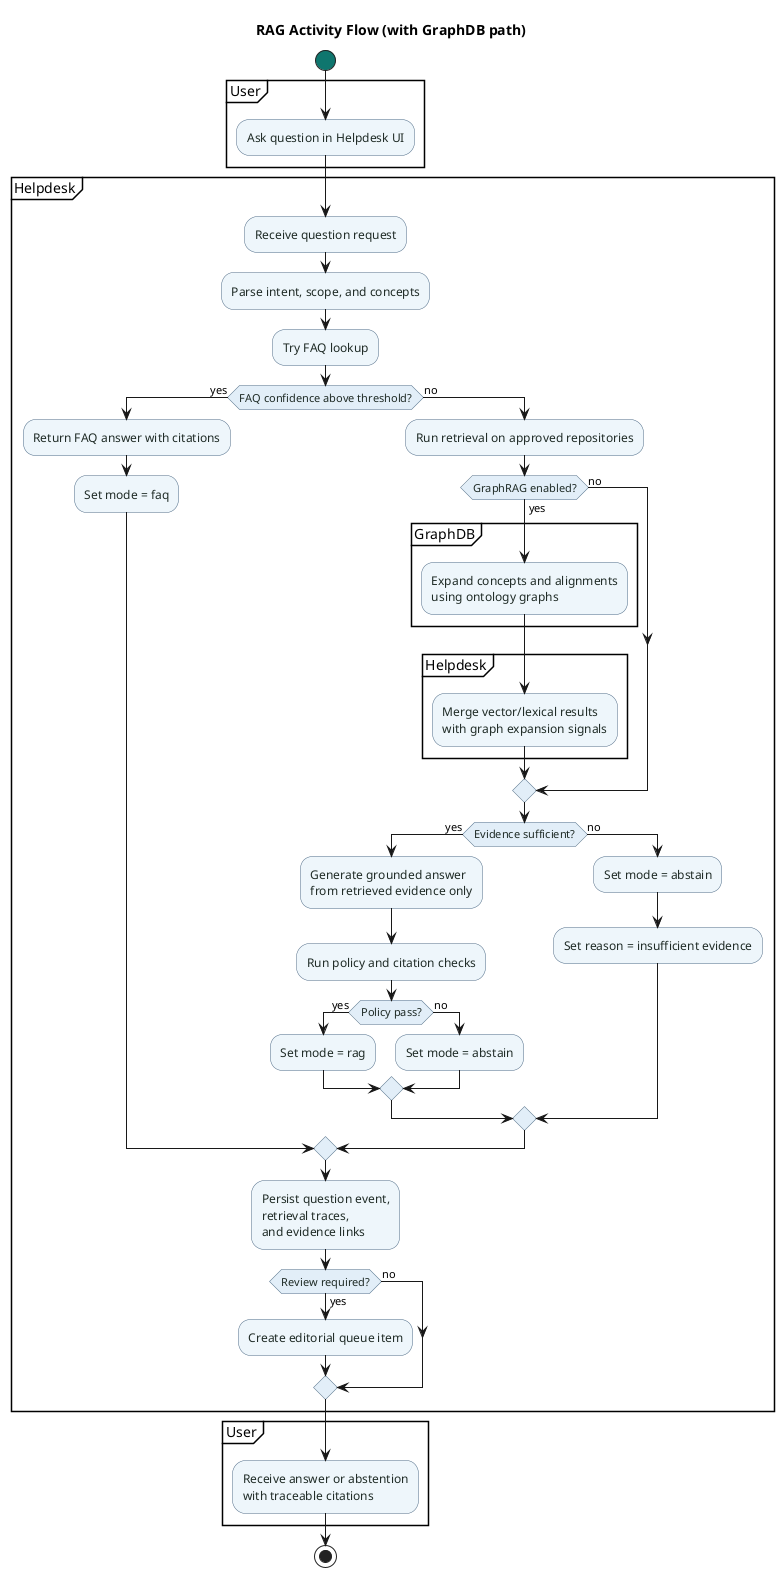
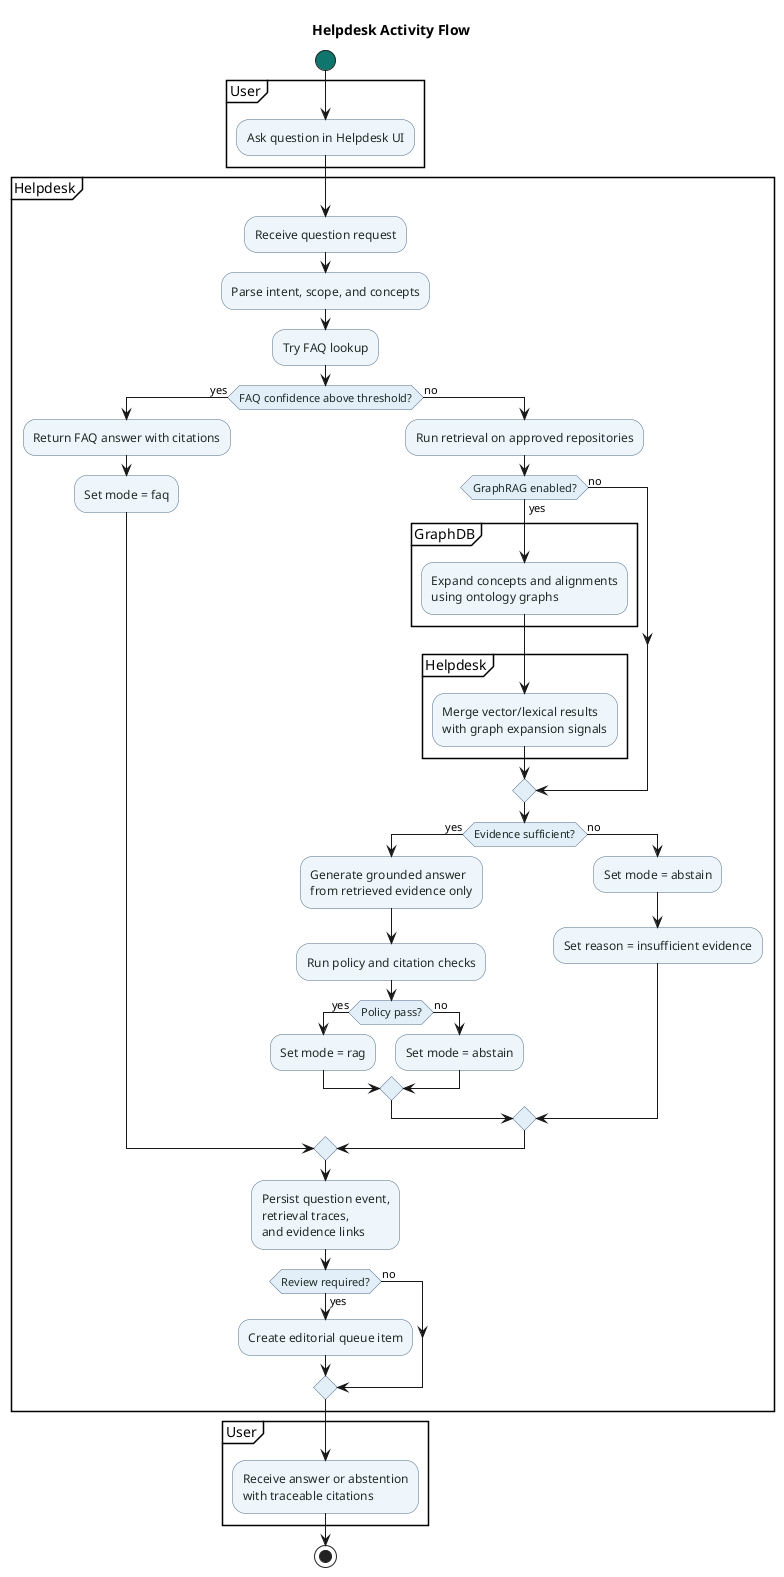
@startuml rag-activity-graphdb
- title RAG Activity Flow (with GraphDB path)
+ title Helpdesk Activity Flow

skinparam backgroundColor white
skinparam shadowing false
skinparam activity {
  BackgroundColor #eef6fb
  BorderColor #4f6b86
  FontColor #1f2b26
  DiamondBackgroundColor #e2eef8
  DiamondBorderColor #4f6b86
  StartColor #0f766e
  EndColor #9a3412
  BarColor #4f6b86
}

start

partition "User" {
  :Ask question in Helpdesk UI;
}

partition "Helpdesk" {
  :Receive question request;
  :Parse intent, scope, and concepts;
  :Try FAQ lookup;
  if (FAQ confidence above threshold?) then (yes)
    :Return FAQ answer with citations;
    :Set mode = faq;
  else (no)
    :Run retrieval on approved repositories;

    if (GraphRAG enabled?) then (yes)
      partition "GraphDB" {
        :Expand concepts and alignments
        using ontology graphs;
      }
      partition "Helpdesk" {
        :Merge vector/lexical results
        with graph expansion signals;
      }
    else (no)
    endif

    if (Evidence sufficient?) then (yes)
      :Generate grounded answer
      from retrieved evidence only;
      :Run policy and citation checks;
      if (Policy pass?) then (yes)
        :Set mode = rag;
      else (no)
        :Set mode = abstain;
      endif
    else (no)
      :Set mode = abstain;
      :Set reason = insufficient evidence;
    endif
  endif

  :Persist question event,
  retrieval traces,
  and evidence links;

  if (Review required?) then (yes)
    :Create editorial queue item;
  else (no)
  endif
}

partition "User" {
  :Receive answer or abstention
  with traceable citations;
}

stop
@enduml
